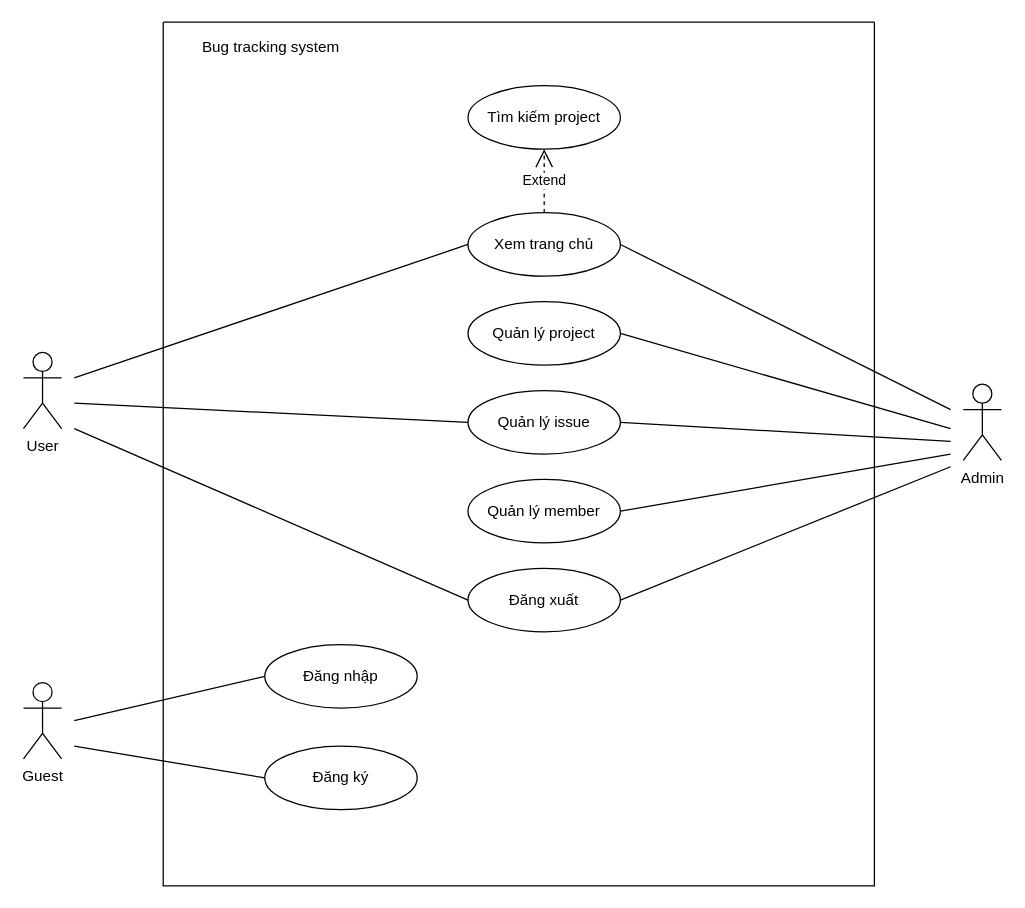
Above: page "Page-1" (1 of 4) of Untitled Diagram.drawio in NightFury712/Demo-Project-2 (draw.io), before the change. Source tidied: cells renumbered, new cells numbered last; positions are measured from the earlier drawing's top-left corner, leaving out a move shared by most shapes. Both pictures are drawn from the tidied source at 127%, with x=0, y=0 at pixel (23, 22).
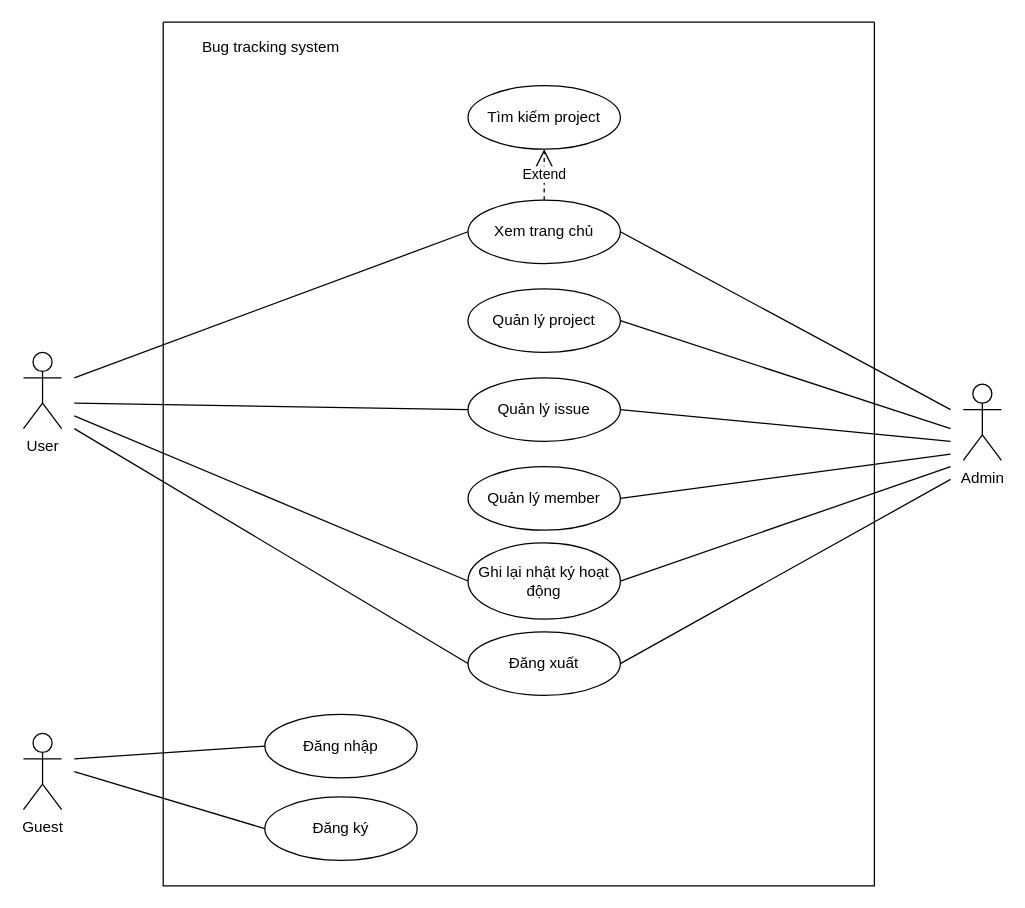
After the change.

The change refers to these unchanged cells:
```xml
<mxCell id="3" style="swimlane;startSize=0;" parent="1" vertex="1">
  <mxGeometry x="110" width="560" height="680" as="geometry" />
</mxCell>
```

Diff of the diagram source:
```diff
@@
     <mxCell id="2" value="Guest" style="shape=umlActor;verticalLabelPosition=bottom;verticalAlign=top;html=1;" parent="1" vertex="1">
-      <mxGeometry y="520" width="30" height="60" as="geometry" />
+      <mxGeometry y="560" width="30" height="60" as="geometry" />
     </mxCell>
@@
     <mxCell id="4" value="Đăng ký" style="ellipse;whiteSpace=wrap;html=1;" parent="3" vertex="1">
-      <mxGeometry x="80" y="570" width="120" height="50" as="geometry" />
+      <mxGeometry x="80" y="610" width="120" height="50" as="geometry" />
     </mxCell>
     <mxCell id="5" value="Đăng nhập" style="ellipse;whiteSpace=wrap;html=1;" parent="3" vertex="1">
-      <mxGeometry x="80" y="490" width="120" height="50" as="geometry" />
+      <mxGeometry x="80" y="545" width="120" height="50" as="geometry" />
     </mxCell>
     <mxCell id="6" value="Quản lý project" style="ellipse;whiteSpace=wrap;html=1;" parent="3" vertex="1">
-      <mxGeometry x="240" y="220" width="120" height="50" as="geometry" />
+      <mxGeometry x="240" y="210" width="120" height="50" as="geometry" />
     </mxCell>
     <mxCell id="7" value="Quản lý issue" style="ellipse;whiteSpace=wrap;html=1;" parent="3" vertex="1">
-      <mxGeometry x="240" y="290" width="120" height="50" as="geometry" />
+      <mxGeometry x="240" y="280" width="120" height="50" as="geometry" />
     </mxCell>
     <mxCell id="8" value="Quản lý member" style="ellipse;whiteSpace=wrap;html=1;" parent="3" vertex="1">
-      <mxGeometry x="240" y="360" width="120" height="50" as="geometry" />
+      <mxGeometry x="240" y="350" width="120" height="50" as="geometry" />
     </mxCell>
@@
     <mxCell id="10" value="Xem trang chủ" style="ellipse;whiteSpace=wrap;html=1;" parent="3" vertex="1">
-      <mxGeometry x="240" y="150" width="120" height="50" as="geometry" />
+      <mxGeometry x="240" y="140" width="120" height="50" as="geometry" />
     </mxCell>
@@
     <mxCell id="14" value="Đăng xuất" style="ellipse;whiteSpace=wrap;html=1;" parent="3" vertex="1">
-      <mxGeometry x="240" y="430" width="120" height="50" as="geometry" />
+      <mxGeometry x="240" y="480" width="120" height="50" as="geometry" />
     </mxCell>
     <mxCell id="15" style="endArrow=none;html=1;exitX=1;exitY=0.5;exitDx=0;exitDy=0;" parent="3" edge="1" source="14">
       <mxGeometry relative="1" as="geometry">
-        <mxPoint x="620" y="350" as="targetPoint" />
+        <mxPoint x="620" y="360" as="targetPoint" />
       </mxGeometry>
     </mxCell>
@@
+    <mxCell id="26" value="Ghi lại nhật ký hoạt động" style="ellipse;whiteSpace=wrap;html=1;" parent="3" vertex="1">
+      <mxGeometry x="240" y="410" width="120" height="60" as="geometry" />
+    </mxCell>
+    <mxCell id="27" style="endArrow=none;html=1;entryX=0;entryY=0.5;entryDx=0;entryDy=0;" parent="3" edge="1" target="26">
+      <mxGeometry relative="1" as="geometry">
+        <mxPoint x="-70" y="310" as="sourcePoint" />
+      </mxGeometry>
+    </mxCell>
@@
     <mxCell id="20" style="endArrow=none;html=1;entryX=0;entryY=0.5;entryDx=0;entryDy=0;" parent="1" edge="1" target="5">
       <mxGeometry relative="1" as="geometry">
-        <mxPoint x="40" y="550" as="sourcePoint" />
+        <mxPoint x="40" y="580" as="sourcePoint" />
       </mxGeometry>
     </mxCell>
     <mxCell id="21" style="endArrow=none;html=1;entryX=0;entryY=0.5;entryDx=0;entryDy=0;" parent="1" edge="1" target="4">
       <mxGeometry relative="1" as="geometry">
-        <mxPoint x="40" y="570" as="sourcePoint" />
+        <mxPoint x="40" y="590" as="sourcePoint" />
       </mxGeometry>
     </mxCell>
@@
+    <mxCell id="28" style="endArrow=none;html=1;exitX=1;exitY=0.5;exitDx=0;exitDy=0;" parent="1" edge="1" source="26">
+      <mxGeometry relative="1" as="geometry">
+        <mxPoint x="730" y="350" as="targetPoint" />
+      </mxGeometry>
+    </mxCell>
```
